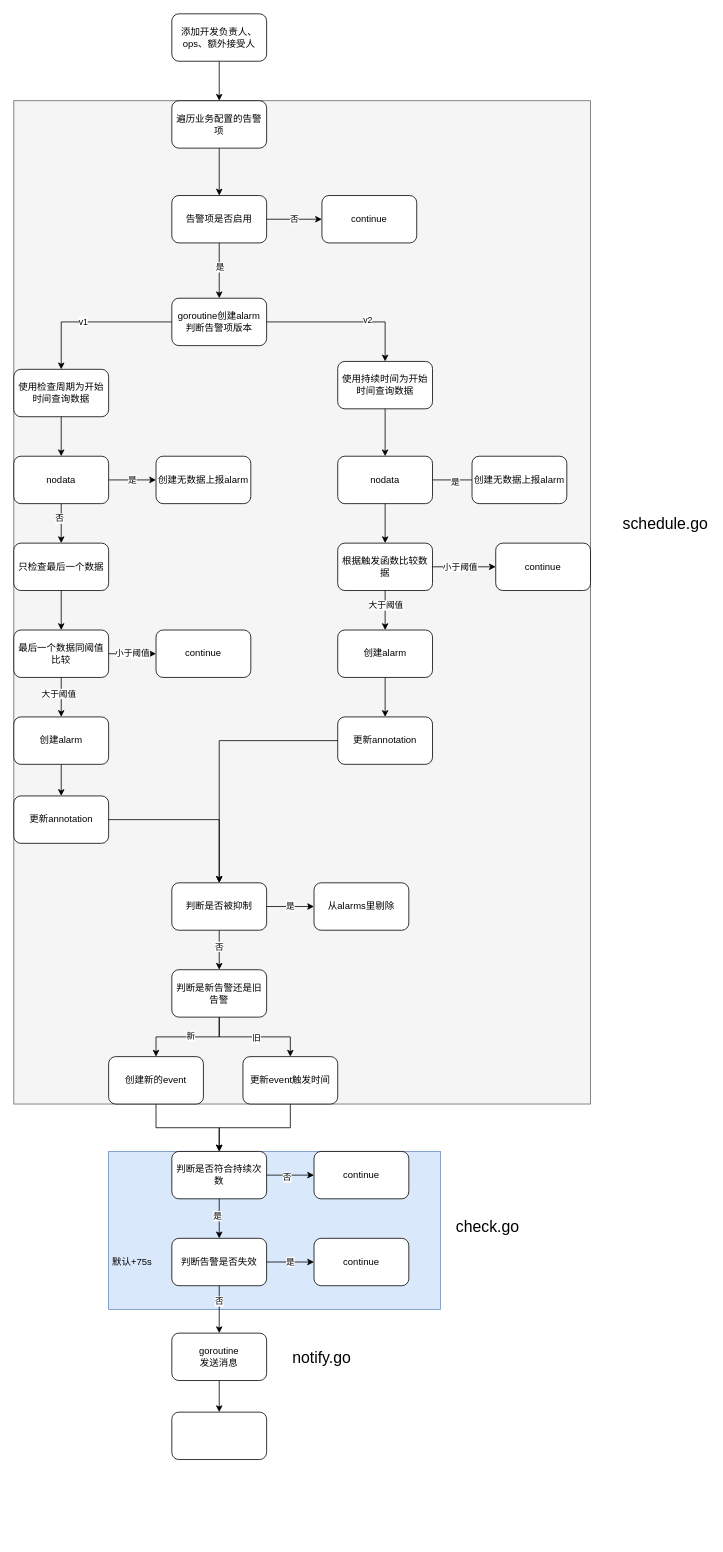
The draw.io diagram alarm流程.drawio in wupei-w/diagrams, before the edit. Source tidied: cells renumbered, new cells numbered last; positions are measured from the earlier drawing's top-left corner, leaving out a move shared by most shapes. Both pictures are drawn from the tidied source at 79%, with x=0, y=0 at pixel (13, 13).
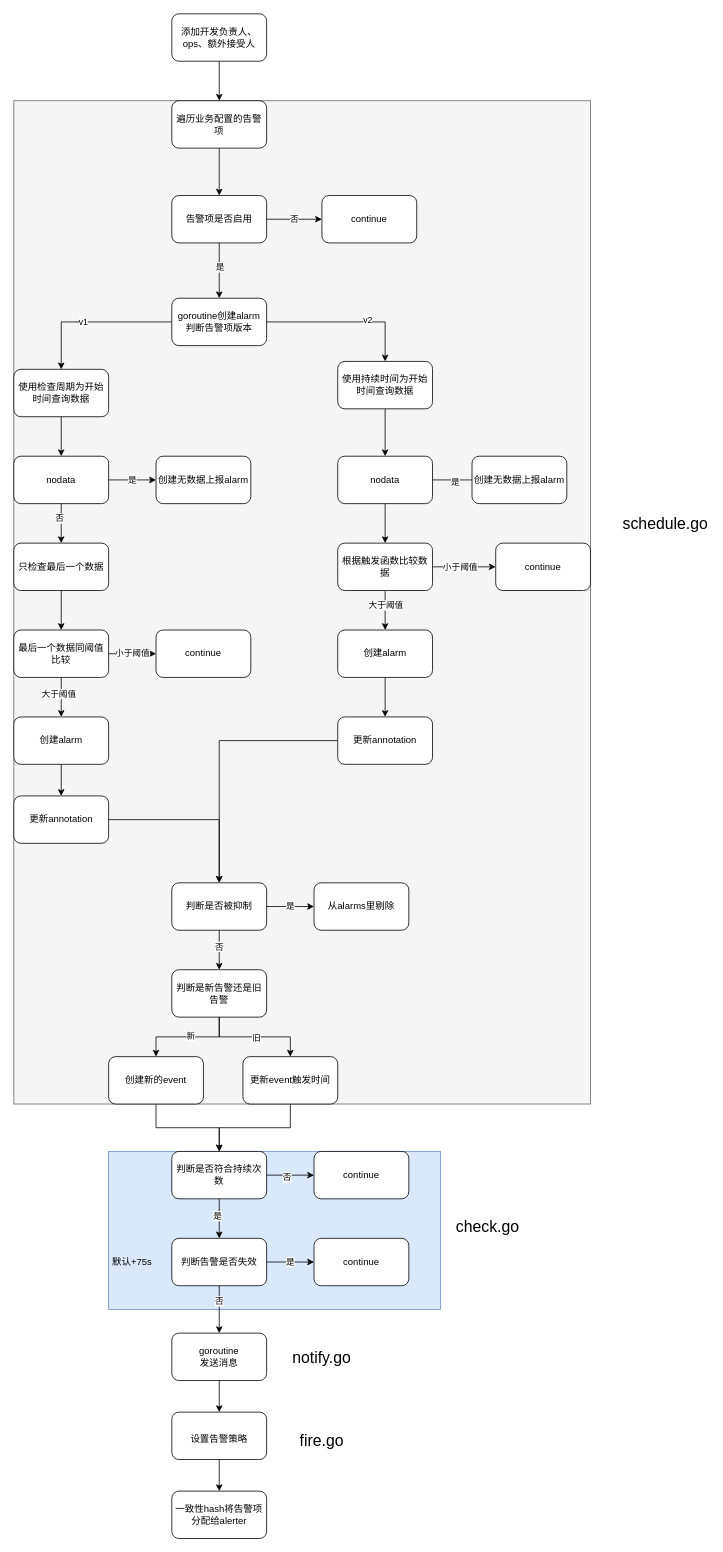
The same diagram, later.

Diff of the diagram source:
```diff
@@
+    <mxCell id="86" style="edgeStyle=orthogonalEdgeStyle;rounded=0;jettySize=auto;html=1;fontSize=12;" parent="1" edge="1" source="84" target="88">
+      <mxGeometry relative="1" as="geometry" />
+    </mxCell>
-    <mxCell id="84" style="whiteSpace=wrap;html=1;rounded=1;fontSize=20;" parent="1" vertex="1">
+    <mxCell id="84" value="&lt;font style=&quot;font-size: 12px;&quot;&gt;设置告警策略&lt;/font&gt;" style="whiteSpace=wrap;html=1;rounded=1;fontSize=20;" parent="1" vertex="1">
       <mxGeometry x="200" y="1770" width="120" height="60" as="geometry" />
     </mxCell>
@@
+    <mxCell id="87" value="fire.go" style="text;html=1;strokeColor=none;fillColor=none;align=center;verticalAlign=middle;whiteSpace=wrap;rounded=0;fontSize=20;" parent="1" vertex="1">
+      <mxGeometry x="360" y="1790" width="60" height="30" as="geometry" />
+    </mxCell>
+    <mxCell id="88" value="一致性hash将告警项分配给alerter" style="rounded=1;whiteSpace=wrap;html=1;fontSize=12;" parent="1" vertex="1">
+      <mxGeometry x="200" y="1870" width="120" height="60" as="geometry" />
+    </mxCell>
```
